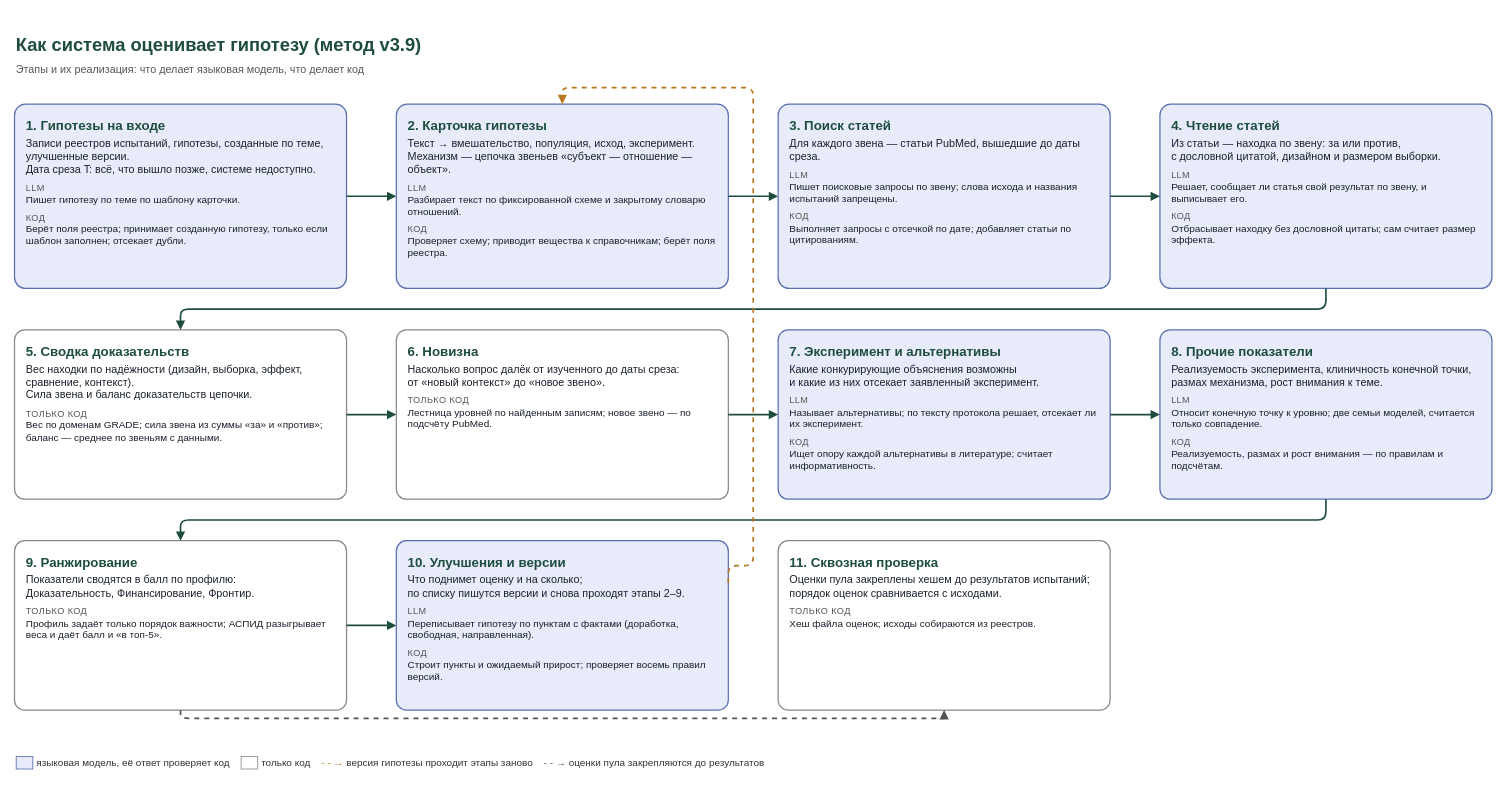
danrd/hyp-arena keeps this draw.io diagram as docs/system/flow_impl.drawio. Above is the earlier version. Source tidied: cells renumbered, new cells numbered last; positions are measured from the earlier drawing's top-left corner, leaving out a move shared by most shapes. Both pictures are drawn from the tidied source at 83%, with x=0, y=0 at pixel (14, 29).
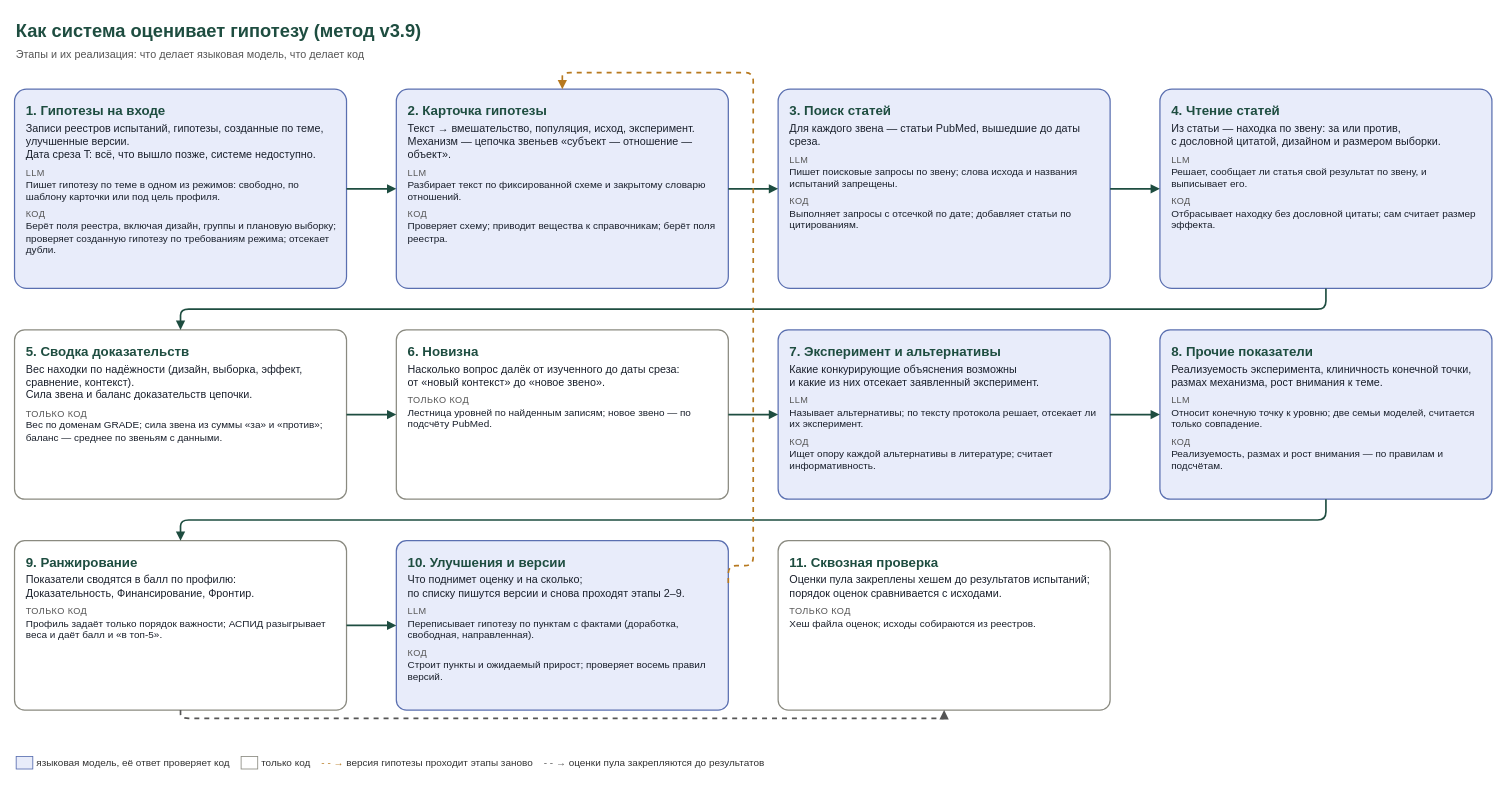
The same diagram, later.

The change refers to these unchanged cells:
```xml
<mxCell id="12" value="&lt;div style='font-size:16px;color:#1E4D40'&gt;&lt;b&gt;10. Улучшения и версии&lt;/b&gt;&lt;/div&gt;&lt;div style='margin-top:4px'&gt;Что поднимет оценку и на сколько;&lt;br/&gt;по списку пишутся версии и снова проходят этапы 2–9.&lt;/div&gt;&lt;div style='margin-top:8px;font-size:11px;color:#555;text-transform:uppercase;letter-spacing:0.5px'&gt;LLM&lt;/div&gt;&lt;div style='font-size:12px'&gt;&lt;div&gt;Переписывает гипотезу по пунктам с фактами (доработка, свободная, направленная).&lt;/div&gt;&lt;/div&gt;&lt;div style='margin-top:8px;font-size:11px;color:#555;text-transform:uppercase;letter-spacing:0.5px'&gt;Код&lt;/div&gt;&lt;div style='font-size:12px'&gt;&lt;div&gt;Строит пункты и ожидаемый прирост; проверяет восемь правил версий.&lt;/div&gt;&lt;/div&gt;" style="rounded=1;arcSize=6;whiteSpace=wrap;html=1;fillColor=#E8ECFA;strokeColor=#5A6FB0;strokeWidth=1.5;fontSize=13;fontColor=#1A202C;align=left;verticalAlign=top;spacingLeft=12;spacingRight=10;spacingTop=10;" parent="1" vertex="1">
  <mxGeometry x="460" y="616" width="400" height="204" as="geometry" />
</mxCell>
```

The edit, as a diff of the source:
```diff
@@
     <mxCell id="2" value="&lt;b&gt;Как система оценивает гипотезу (метод v3.9)&lt;/b&gt;&lt;br/&gt;&lt;span style='font-size:13px;color:#555'&gt;Этапы и их реализация: что делает языковая модель, что делает код&lt;/span&gt;" style="text;html=1;fontSize=22;align=left;verticalAlign=top;fillColor=none;strokeColor=none;fontColor=#1E4D40;" parent="1" vertex="1">
-      <mxGeometry width="1780" height="56" as="geometry" />
+      <mxGeometry y="-18" width="1780" height="56" as="geometry" />
     </mxCell>
-    <mxCell id="3" value="&lt;div style='font-size:16px;color:#1E4D40'&gt;&lt;b&gt;1. Гипотезы на входе&lt;/b&gt;&lt;/div&gt;&lt;div style='margin-top:4px'&gt;Записи реестров испытаний, гипотезы, созданные по теме, улучшенные версии.&lt;br/&gt;Дата среза T: всё, что вышло позже, системе недоступно.&lt;/div&gt;&lt;div style='margin-top:8px;font-size:11px;color:#555;text-transform:uppercase;letter-spacing:0.5px'&gt;LLM&lt;/div&gt;&lt;div style='font-size:12px'&gt;&lt;div&gt;Пишет гипотезу по теме по шаблону карточки.&lt;/div&gt;&lt;/div&gt;&lt;div style='margin-top:8px;font-size:11px;color:#555;text-transform:uppercase;letter-spacing:0.5px'&gt;Код&lt;/div&gt;&lt;div style='font-size:12px'&gt;&lt;div&gt;Берёт поля реестра; принимает созданную гипотезу, только если шаблон заполнен; отсекает дубли.&lt;/div&gt;&lt;/div&gt;" style="rounded=1;arcSize=6;whiteSpace=wrap;html=1;fillColor=#E8ECFA;strokeColor=#5A6FB0;strokeWidth=1.5;fontSize=13;fontColor=#1A202C;align=left;verticalAlign=top;spacingLeft=12;spacingRight=10;spacingTop=10;" parent="1" vertex="1">
-      <mxGeometry y="90" width="400" height="222" as="geometry" />
+    <mxCell id="3" value="&lt;div style='font-size:16px;color:#1E4D40'&gt;&lt;b&gt;1. Гипотезы на входе&lt;/b&gt;&lt;/div&gt;&lt;div style='margin-top:4px'&gt;Записи реестров испытаний, гипотезы, созданные по теме, улучшенные версии.&lt;br/&gt;Дата среза T: всё, что вышло позже, системе недоступно.&lt;/div&gt;&lt;div style='margin-top:8px;font-size:11px;color:#555;text-transform:uppercase;letter-spacing:0.5px'&gt;LLM&lt;/div&gt;&lt;div style='font-size:12px'&gt;&lt;div&gt;Пишет гипотезу по теме в одном из режимов: свободно, по шаблону карточки или под цель профиля.&lt;/div&gt;&lt;/div&gt;&lt;div style='margin-top:8px;font-size:11px;color:#555;text-transform:uppercase;letter-spacing:0.5px'&gt;Код&lt;/div&gt;&lt;div style='font-size:12px'&gt;&lt;div&gt;Берёт поля реестра, включая дизайн, группы и плановую выборку; проверяет созданную гипотезу по требованиям режима; отсекает дубли.&lt;/div&gt;&lt;/div&gt;" style="rounded=1;arcSize=6;whiteSpace=wrap;html=1;fillColor=#E8ECFA;strokeColor=#5A6FB0;strokeWidth=1.5;fontSize=13;fontColor=#1A202C;align=left;verticalAlign=top;spacingLeft=12;spacingRight=10;spacingTop=10;" parent="1" vertex="1">
+      <mxGeometry y="72" width="400" height="240" as="geometry" />
     </mxCell>
     <mxCell id="4" value="&lt;div style='font-size:16px;color:#1E4D40'&gt;&lt;b&gt;2. Карточка гипотезы&lt;/b&gt;&lt;/div&gt;&lt;div style='margin-top:4px'&gt;Текст → вмешательство, популяция, исход, эксперимент.&lt;br/&gt;Механизм — цепочка звеньев «субъект — отношение — объект».&lt;/div&gt;&lt;div style='margin-top:8px;font-size:11px;color:#555;text-transform:uppercase;letter-spacing:0.5px'&gt;LLM&lt;/div&gt;&lt;div style='font-size:12px'&gt;&lt;div&gt;Разбирает текст по фиксированной схеме и закрытому словарю отношений.&lt;/div&gt;&lt;/div&gt;&lt;div style='margin-top:8px;font-size:11px;color:#555;text-transform:uppercase;letter-spacing:0.5px'&gt;Код&lt;/div&gt;&lt;div style='font-size:12px'&gt;&lt;div&gt;Проверяет схему; приводит вещества к справочникам; берёт поля реестра.&lt;/div&gt;&lt;/div&gt;" style="rounded=1;arcSize=6;whiteSpace=wrap;html=1;fillColor=#E8ECFA;strokeColor=#5A6FB0;strokeWidth=1.5;fontSize=13;fontColor=#1A202C;align=left;verticalAlign=top;spacingLeft=12;spacingRight=10;spacingTop=10;" parent="1" vertex="1">
-      <mxGeometry x="460" y="90" width="400" height="222" as="geometry" />
+      <mxGeometry x="460" y="72" width="400" height="240" as="geometry" />
     </mxCell>
     <mxCell id="5" value="&lt;div style='font-size:16px;color:#1E4D40'&gt;&lt;b&gt;3. Поиск статей&lt;/b&gt;&lt;/div&gt;&lt;div style='margin-top:4px'&gt;Для каждого звена — статьи PubMed, вышедшие до даты среза.&lt;/div&gt;&lt;div style='margin-top:8px;font-size:11px;color:#555;text-transform:uppercase;letter-spacing:0.5px'&gt;LLM&lt;/div&gt;&lt;div style='font-size:12px'&gt;&lt;div&gt;Пишет поисковые запросы по звену; слова исхода и названия испытаний запрещены.&lt;/div&gt;&lt;/div&gt;&lt;div style='margin-top:8px;font-size:11px;color:#555;text-transform:uppercase;letter-spacing:0.5px'&gt;Код&lt;/div&gt;&lt;div style='font-size:12px'&gt;&lt;div&gt;Выполняет запросы с отсечкой по дате; добавляет статьи по цитированиям.&lt;/div&gt;&lt;/div&gt;" style="rounded=1;arcSize=6;whiteSpace=wrap;html=1;fillColor=#E8ECFA;strokeColor=#5A6FB0;strokeWidth=1.5;fontSize=13;fontColor=#1A202C;align=left;verticalAlign=top;spacingLeft=12;spacingRight=10;spacingTop=10;" parent="1" vertex="1">
-      <mxGeometry x="920" y="90" width="400" height="222" as="geometry" />
+      <mxGeometry x="920" y="72" width="400" height="240" as="geometry" />
     </mxCell>
     <mxCell id="6" value="&lt;div style='font-size:16px;color:#1E4D40'&gt;&lt;b&gt;4. Чтение статей&lt;/b&gt;&lt;/div&gt;&lt;div style='margin-top:4px'&gt;Из статьи — находка по звену: за или против,&lt;br/&gt;с дословной цитатой, дизайном и размером выборки.&lt;/div&gt;&lt;div style='margin-top:8px;font-size:11px;color:#555;text-transform:uppercase;letter-spacing:0.5px'&gt;LLM&lt;/div&gt;&lt;div style='font-size:12px'&gt;&lt;div&gt;Решает, сообщает ли статья свой результат по звену, и выписывает его.&lt;/div&gt;&lt;/div&gt;&lt;div style='margin-top:8px;font-size:11px;color:#555;text-transform:uppercase;letter-spacing:0.5px'&gt;Код&lt;/div&gt;&lt;div style='font-size:12px'&gt;&lt;div&gt;Отбрасывает находку без дословной цитаты; сам считает размер эффекта.&lt;/div&gt;&lt;/div&gt;" style="rounded=1;arcSize=6;whiteSpace=wrap;html=1;fillColor=#E8ECFA;strokeColor=#5A6FB0;strokeWidth=1.5;fontSize=13;fontColor=#1A202C;align=left;verticalAlign=top;spacingLeft=12;spacingRight=10;spacingTop=10;" parent="1" vertex="1">
-      <mxGeometry x="1380" y="90" width="400" height="222" as="geometry" />
+      <mxGeometry x="1380" y="72" width="400" height="240" as="geometry" />
     </mxCell>
@@
     <mxCell id="23" style="edgeStyle=orthogonalEdgeStyle;rounded=1;html=1;endArrow=block;endFill=1;strokeColor=#1E4D40;strokeWidth=2;dashed=1;exitX=1;exitY=0.25;entryX=0.5;entryY=0;strokeColor=#B7791F;" parent="1" edge="1" source="12" target="4">
       <mxGeometry relative="1" as="geometry">
         <Array as="points">
           <mxPoint x="890" y="646" />
-          <mxPoint x="890" y="70" />
-          <mxPoint x="660" y="70" />
+          <mxPoint x="890" y="52" />
+          <mxPoint x="660" y="52" />
         </Array>
       </mxGeometry>
     </mxCell>
```
